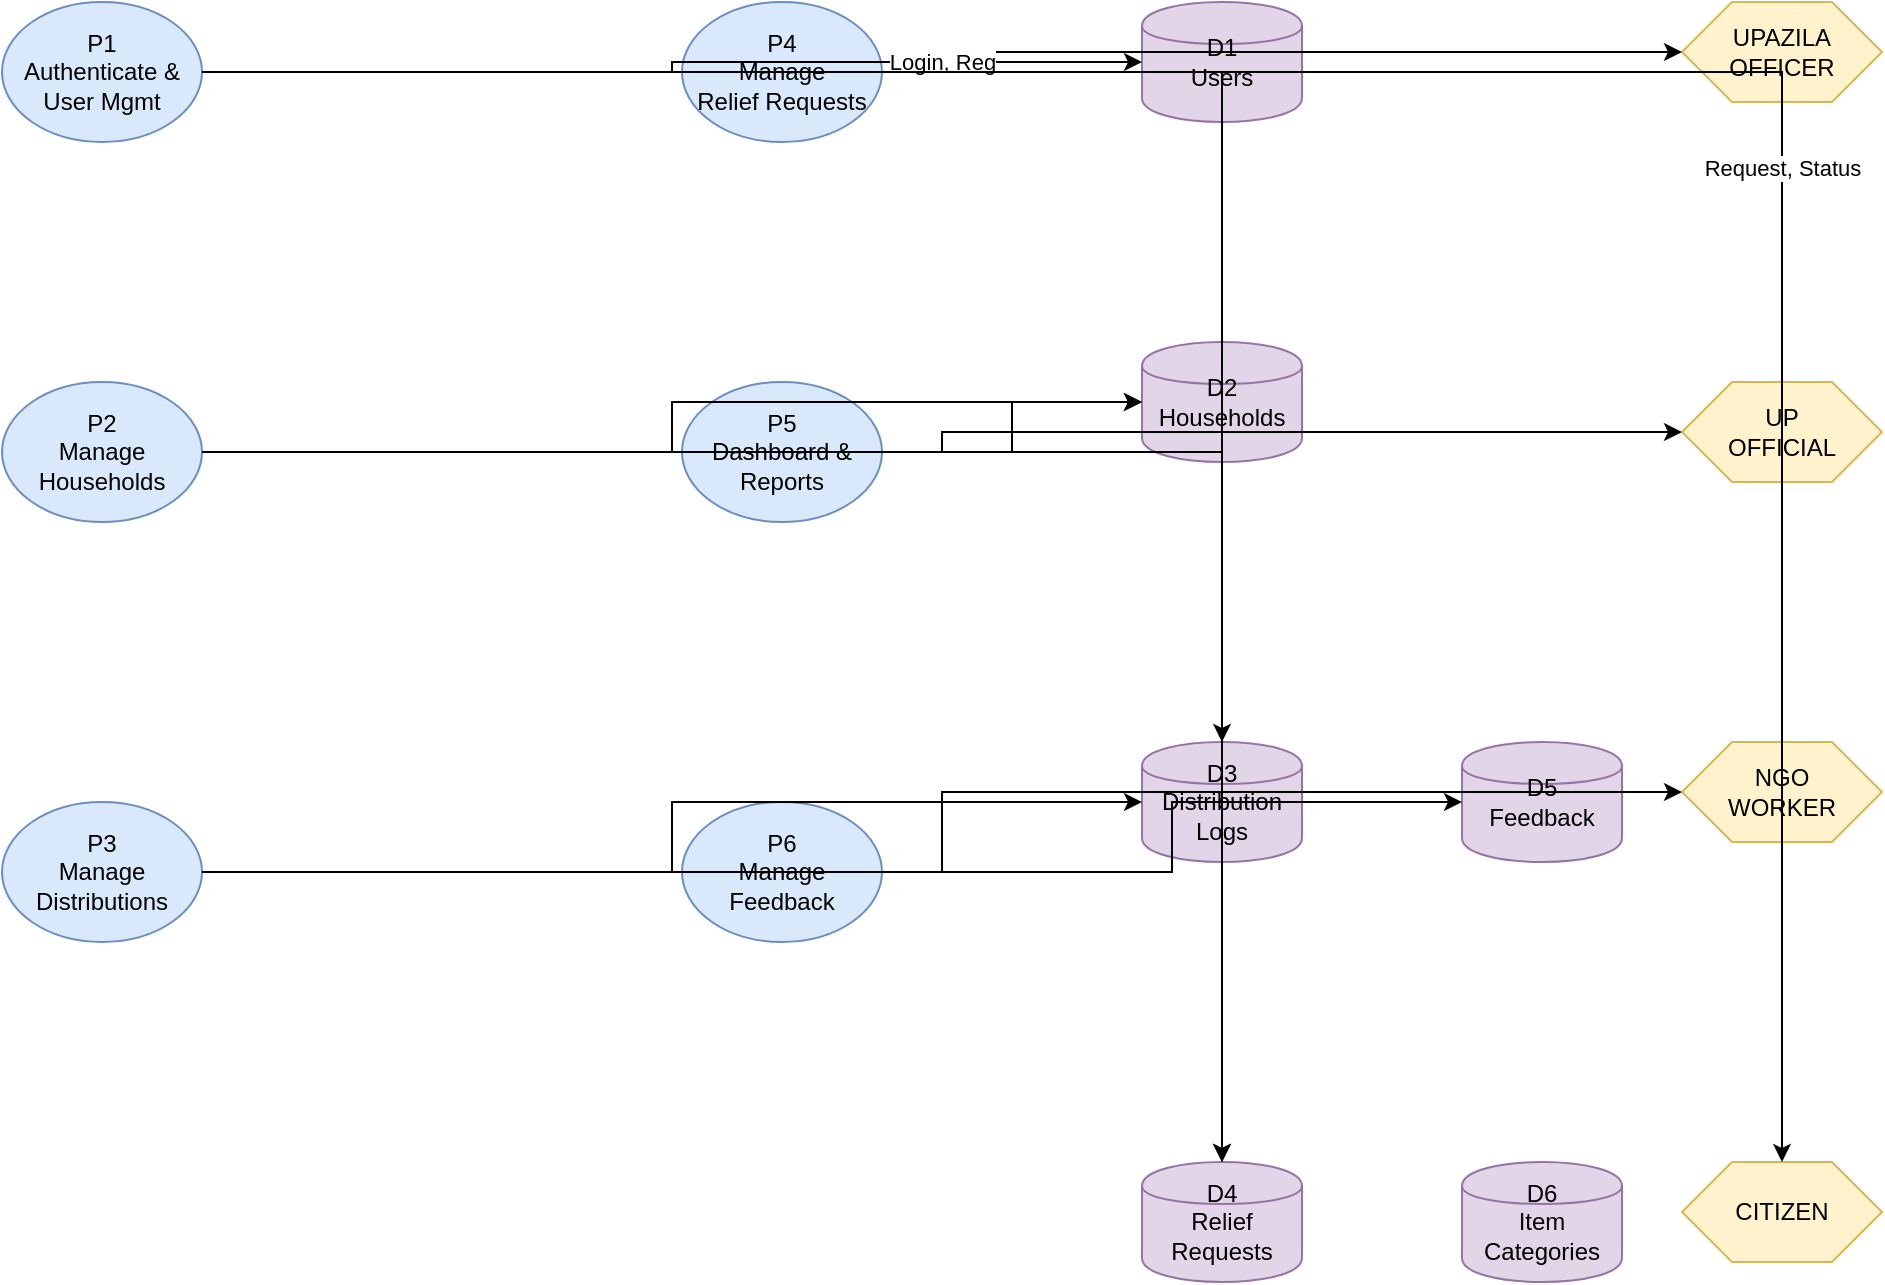
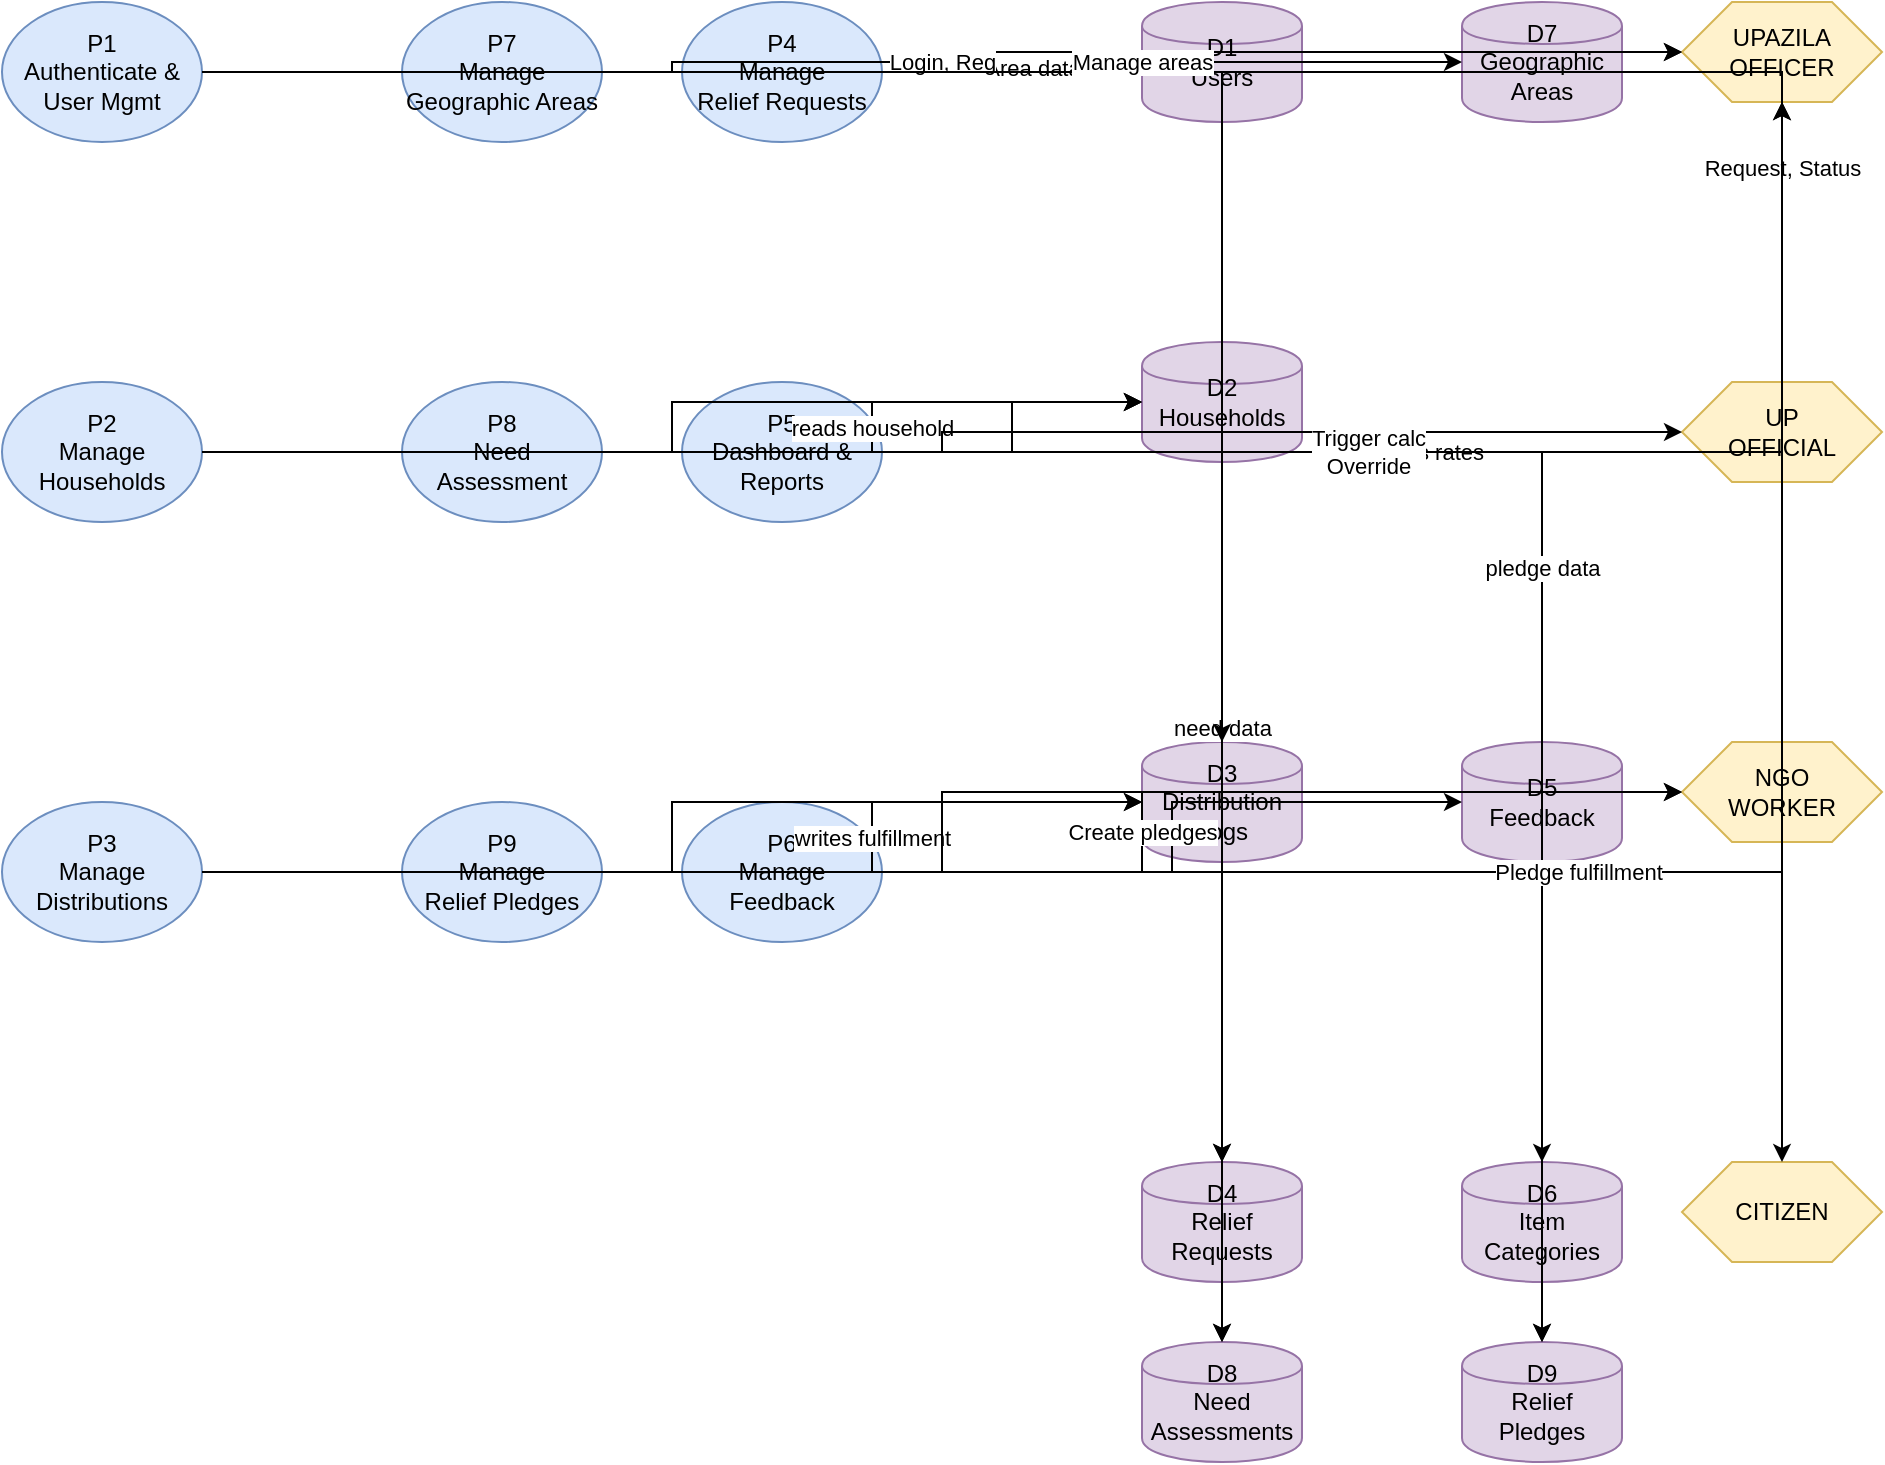
<?xml version="1.0" encoding="UTF-8"?>
- <mxfile host="RelifMesh" modified="2026-06-10T10:00:00.000Z">
+ <mxfile host="ReliefMesh" modified="2026-06-20T12:00:00.000Z">
  <diagram id="level1-dfd" name="Level 1 Data Flow Diagram">
-     <mxGraphModel dx="1262" dy="794" grid="1" gridSize="10" guides="1" tooltips="1" connect="1" arrows="1" fold="1" page="1" pageScale="1" pageWidth="1100" pageHeight="850" math="0" shadow="0">
+     <mxGraphModel dx="1262" dy="794" grid="1" gridSize="10" guides="1" tooltips="1" connect="1" arrows="1" fold="1" page="1" pageScale="1" pageWidth="1100" pageHeight="1000" math="0" shadow="0">
      <root>
        <mxCell id="0" />
        <mxCell id="1" parent="0" />

        <!-- === PROCESSES (bubbles) === -->

+         <!-- Column 1 (x=30): P1-P3 - Core processes -->
        <!-- P1: Auth -->
        <mxCell id="p1" value="P1&#10;Authenticate &amp;&#10;User Mgmt" style="ellipse;whiteSpace=wrap;html=1;fillColor=#dae8fc;strokeColor=#6c8ebf;" vertex="1" parent="1">
          <mxGeometry x="30" y="30" width="100" height="70" as="geometry" />
        </mxCell>

        <!-- P2: Households -->
        <mxCell id="p2" value="P2&#10;Manage&#10;Households" style="ellipse;whiteSpace=wrap;html=1;fillColor=#dae8fc;strokeColor=#6c8ebf;" vertex="1" parent="1">
          <mxGeometry x="30" y="220" width="100" height="70" as="geometry" />
        </mxCell>

        <!-- P3: Distributions -->
        <mxCell id="p3" value="P3&#10;Manage&#10;Distributions" style="ellipse;whiteSpace=wrap;html=1;fillColor=#dae8fc;strokeColor=#6c8ebf;" vertex="1" parent="1">
          <mxGeometry x="30" y="430" width="100" height="70" as="geometry" />
        </mxCell>

+         <!-- Column 2 (x=230): P7-P9 - New v2 processes -->
+         <!-- P7: Manage Geographic Areas -->
+         <mxCell id="p7" value="P7&#10;Manage&#10;Geographic Areas" style="ellipse;whiteSpace=wrap;html=1;fillColor=#dae8fc;strokeColor=#6c8ebf;" vertex="1" parent="1">
+           <mxGeometry x="230" y="30" width="100" height="70" as="geometry" />
+         </mxCell>
+ 
+         <!-- P8: Need Assessment -->
+         <mxCell id="p8" value="P8&#10;Need&#10;Assessment" style="ellipse;whiteSpace=wrap;html=1;fillColor=#dae8fc;strokeColor=#6c8ebf;" vertex="1" parent="1">
+           <mxGeometry x="230" y="220" width="100" height="70" as="geometry" />
+         </mxCell>
+ 
+         <!-- P9: Manage Relief Pledges -->
+         <mxCell id="p9" value="P9&#10;Manage&#10;Relief Pledges" style="ellipse;whiteSpace=wrap;html=1;fillColor=#dae8fc;strokeColor=#6c8ebf;" vertex="1" parent="1">
+           <mxGeometry x="230" y="430" width="100" height="70" as="geometry" />
+         </mxCell>
+ 
+         <!-- Column 3 (x=370): P4-P6 - Support processes -->
        <!-- P4: Relief Requests -->
        <mxCell id="p4" value="P4&#10;Manage&#10;Relief Requests" style="ellipse;whiteSpace=wrap;html=1;fillColor=#dae8fc;strokeColor=#6c8ebf;" vertex="1" parent="1">
          <mxGeometry x="370" y="30" width="100" height="70" as="geometry" />
        </mxCell>

        <!-- P5: Dashboard -->
-         <mxCell id="p5" value="P5&#10;Dashboard &#38;&#10;Reports" style="ellipse;whiteSpace=wrap;html=1;fillColor=#dae8fc;strokeColor=#6c8ebf;" vertex="1" parent="1">
+         <mxCell id="p5" value="P5&#10;Dashboard &amp;&#10;Reports" style="ellipse;whiteSpace=wrap;html=1;fillColor=#dae8fc;strokeColor=#6c8ebf;" vertex="1" parent="1">
          <mxGeometry x="370" y="220" width="100" height="70" as="geometry" />
        </mxCell>

        <!-- P6: Feedback -->
        <mxCell id="p6" value="P6&#10;Manage&#10;Feedback" style="ellipse;whiteSpace=wrap;html=1;fillColor=#dae8fc;strokeColor=#6c8ebf;" vertex="1" parent="1">
          <mxGeometry x="370" y="430" width="100" height="70" as="geometry" />
        </mxCell>

-         <!-- === DATA STORES (parallel lines) === -->
- 
+         <!-- === DATA STORES (cylinders) === -->
+ 
+         <!-- Top row stores (y=30) -->
        <!-- D1: Users -->
        <mxCell id="d1" value="D1&#10;Users" style="shape=cylinder;whiteSpace=wrap;html=1;fillColor=#e1d5e7;strokeColor=#9673a6;" vertex="1" parent="1">
          <mxGeometry x="600" y="30" width="80" height="60" as="geometry" />
        </mxCell>

+         <!-- D7: GeographicAreas (NEW) -->
+         <mxCell id="d7" value="D7&#10;Geographic&#10;Areas" style="shape=cylinder;whiteSpace=wrap;html=1;fillColor=#e1d5e7;strokeColor=#9673a6;" vertex="1" parent="1">
+           <mxGeometry x="760" y="30" width="80" height="60" as="geometry" />
+         </mxCell>
+ 
+         <!-- Middle row stores (y=200-400) -->
        <!-- D2: Households -->
        <mxCell id="d2" value="D2&#10;Households" style="shape=cylinder;whiteSpace=wrap;html=1;fillColor=#e1d5e7;strokeColor=#9673a6;" vertex="1" parent="1">
          <mxGeometry x="600" y="200" width="80" height="60" as="geometry" />
        </mxCell>

        <!-- D3: DistributionLogs -->
        <mxCell id="d3" value="D3&#10;Distribution&#10;Logs" style="shape=cylinder;whiteSpace=wrap;html=1;fillColor=#e1d5e7;strokeColor=#9673a6;" vertex="1" parent="1">
          <mxGeometry x="600" y="400" width="80" height="60" as="geometry" />
        </mxCell>

        <!-- D4: ReliefRequests -->
        <mxCell id="d4" value="D4&#10;Relief&#10;Requests" style="shape=cylinder;whiteSpace=wrap;html=1;fillColor=#e1d5e7;strokeColor=#9673a6;" vertex="1" parent="1">
          <mxGeometry x="600" y="610" width="80" height="60" as="geometry" />
        </mxCell>

        <!-- D5: Feedback -->
        <mxCell id="d5" value="D5&#10;Feedback" style="shape=cylinder;whiteSpace=wrap;html=1;fillColor=#e1d5e7;strokeColor=#9673a6;" vertex="1" parent="1">
          <mxGeometry x="760" y="400" width="80" height="60" as="geometry" />
        </mxCell>

        <!-- D6: ItemCategories -->
        <mxCell id="d6" value="D6&#10;Item&#10;Categories" style="shape=cylinder;whiteSpace=wrap;html=1;fillColor=#e1d5e7;strokeColor=#9673a6;" vertex="1" parent="1">
          <mxGeometry x="760" y="610" width="80" height="60" as="geometry" />
        </mxCell>

+         <!-- Bottom row stores (y=700) -->
+         <!-- D8: NeedAssessments (NEW) -->
+         <mxCell id="d8" value="D8&#10;Need&#10;Assessments" style="shape=cylinder;whiteSpace=wrap;html=1;fillColor=#e1d5e7;strokeColor=#9673a6;" vertex="1" parent="1">
+           <mxGeometry x="600" y="700" width="80" height="60" as="geometry" />
+         </mxCell>
+ 
+         <!-- D9: ReliefPledges (NEW) -->
+         <mxCell id="d9" value="D9&#10;Relief&#10;Pledges" style="shape=cylinder;whiteSpace=wrap;html=1;fillColor=#e1d5e7;strokeColor=#9673a6;" vertex="1" parent="1">
+           <mxGeometry x="760" y="700" width="80" height="60" as="geometry" />
+         </mxCell>
+ 
        <!-- === EXTERNAL ENTITIES === -->
- 
-         <!-- UPAZILA -->
+         <!-- UPAZILA OFFICER -->
        <mxCell id="ee-upazila" value="UPAZILA&#10;OFFICER" style="shape=hexagon;perimeter=hexagonPerimeter;whiteSpace=wrap;html=1;fillColor=#fff2cc;strokeColor=#d6b656;" vertex="1" parent="1">
          <mxGeometry x="870" y="30" width="100" height="50" as="geometry" />
        </mxCell>

        <!-- UP OFFICIAL -->
        <mxCell id="ee-up" value="UP&#10;OFFICIAL" style="shape=hexagon;perimeter=hexagonPerimeter;whiteSpace=wrap;html=1;fillColor=#fff2cc;strokeColor=#d6b656;" vertex="1" parent="1">
          <mxGeometry x="870" y="220" width="100" height="50" as="geometry" />
        </mxCell>

-         <!-- NGO -->
+         <!-- NGO WORKER -->
        <mxCell id="ee-ngo" value="NGO&#10;WORKER" style="shape=hexagon;perimeter=hexagonPerimeter;whiteSpace=wrap;html=1;fillColor=#fff2cc;strokeColor=#d6b656;" vertex="1" parent="1">
          <mxGeometry x="870" y="400" width="100" height="50" as="geometry" />
        </mxCell>

        <!-- CITIZEN -->
        <mxCell id="ee-citizen" value="CITIZEN" style="shape=hexagon;perimeter=hexagonPerimeter;whiteSpace=wrap;html=1;fillColor=#fff2cc;strokeColor=#d6b656;" vertex="1" parent="1">
          <mxGeometry x="870" y="610" width="100" height="50" as="geometry" />
        </mxCell>

-         <!-- === DATA FLOWS === -->
+         <!-- === DATA FLOWS (edges) === -->
+ 
+         <!-- === Existing flows: P1-P6 to data stores === -->

        <!-- P1 <-> D1 -->
        <mxCell id="f-p1-d1" value="" style="edgeStyle=orthogonalEdgeStyle;rounded=0;orthogonalLoop=1;jettySize=auto;html=1;" edge="1" parent="1" source="p1" target="d1">
          <mxGeometry relative="1" as="geometry" />
        </mxCell>

        <!-- P2 <-> D2 -->
        <mxCell id="f-p2-d2" value="" style="edgeStyle=orthogonalEdgeStyle;rounded=0;orthogonalLoop=1;jettySize=auto;html=1;" edge="1" parent="1" source="p2" target="d2">
          <mxGeometry relative="1" as="geometry" />
        </mxCell>

        <!-- P3 <-> D3 -->
        <mxCell id="f-p3-d3" value="" style="edgeStyle=orthogonalEdgeStyle;rounded=0;orthogonalLoop=1;jettySize=auto;html=1;" edge="1" parent="1" source="p3" target="d3">
          <mxGeometry relative="1" as="geometry" />
        </mxCell>

        <!-- P4 <-> D4 -->
        <mxCell id="f-p4-d4" value="" style="edgeStyle=orthogonalEdgeStyle;rounded=0;orthogonalLoop=1;jettySize=auto;html=1;" edge="1" parent="1" source="p4" target="d4">
          <mxGeometry relative="1" as="geometry" />
        </mxCell>

        <!-- P6 <-> D5 -->
        <mxCell id="f-p6-d5" value="" style="edgeStyle=orthogonalEdgeStyle;rounded=0;orthogonalLoop=1;jettySize=auto;html=1;" edge="1" parent="1" source="p6" target="d5">
          <mxGeometry relative="1" as="geometry" />
        </mxCell>

-         <!-- P1 <-> EE: UPAZILA -->
+         <!-- === NEW flows: P7-P9 to data stores === -->
+ 
+         <!-- P7 <-> D7 (bidirectional - geographic areas data) -->
+         <mxCell id="f-p7-d7" value="Area data" style="edgeStyle=orthogonalEdgeStyle;rounded=0;orthogonalLoop=1;jettySize=auto;html=1;" edge="1" parent="1" source="p7" target="d7">
+           <mxGeometry relative="1" as="geometry" />
+         </mxCell>
+ 
+         <!-- P8 <-> D8 (need assessment data) -->
+         <mxCell id="f-p8-d8" value="" style="edgeStyle=orthogonalEdgeStyle;rounded=0;orthogonalLoop=1;jettySize=auto;html=1;" edge="1" parent="1" source="p8" target="d8">
+           <mxGeometry relative="1" as="geometry" />
+         </mxCell>
+ 
+         <!-- P9 <-> D9 (relief pledges data) -->
+         <mxCell id="f-p9-d9" value="" style="edgeStyle=orthogonalEdgeStyle;rounded=0;orthogonalLoop=1;jettySize=auto;html=1;" edge="1" parent="1" source="p9" target="d9">
+           <mxGeometry relative="1" as="geometry" />
+         </mxCell>
+ 
+         <!-- P8 -> D2 (reads Household data for calculation) -->
+         <mxCell id="f-p8-d2" value="reads household" style="edgeStyle=orthogonalEdgeStyle;rounded=0;orthogonalLoop=1;jettySize=auto;html=1;" edge="1" parent="1" source="p8" target="d2">
+           <mxGeometry relative="1" as="geometry" />
+         </mxCell>
+ 
+         <!-- P8 -> D6 (reads ItemCategories for rates) -->
+         <mxCell id="f-p8-d6" value="reads rates" style="edgeStyle=orthogonalEdgeStyle;rounded=0;orthogonalLoop=1;jettySize=auto;html=1;" edge="1" parent="1" source="p8" target="d6">
+           <mxGeometry relative="1" as="geometry" />
+         </mxCell>
+ 
+         <!-- P9 -> D3 (writes to DistributionLogs when fulfilled) -->
+         <mxCell id="f-p9-d3" value="writes fulfillment" style="edgeStyle=orthogonalEdgeStyle;rounded=0;orthogonalLoop=1;jettySize=auto;html=1;" edge="1" parent="1" source="p9" target="d3">
+           <mxGeometry relative="1" as="geometry" />
+         </mxCell>
+ 
+         <!-- P5 -> D8 (reads need assessment data) -->
+         <mxCell id="f-p5-d8" value="need data" style="edgeStyle=orthogonalEdgeStyle;rounded=0;orthogonalLoop=1;jettySize=auto;html=1;" edge="1" parent="1" source="p5" target="d8">
+           <mxGeometry relative="1" as="geometry" />
+         </mxCell>
+ 
+         <!-- P5 -> D9 (reads pledge data) -->
+         <mxCell id="f-p5-d9" value="pledge data" style="edgeStyle=orthogonalEdgeStyle;rounded=0;orthogonalLoop=1;jettySize=auto;html=1;" edge="1" parent="1" source="p5" target="d9">
+           <mxGeometry relative="1" as="geometry" />
+         </mxCell>
+ 
+         <!-- === Existing flows: Processes to External Entities === -->
+ 
+         <!-- P1 <-> UPAZILA OFFICER -->
        <mxCell id="f-p1-e1" value="Login, Reg" style="edgeStyle=orthogonalEdgeStyle;rounded=0;orthogonalLoop=1;jettySize=auto;html=1;" edge="1" parent="1" source="p1" target="ee-upazila">
          <mxGeometry relative="1" as="geometry" />
        </mxCell>

-         <!-- P2 <-> EE: UP -->
+         <!-- P2 <-> UP OFFICIAL -->
        <mxCell id="f-p2-e2" value="" style="edgeStyle=orthogonalEdgeStyle;rounded=0;orthogonalLoop=1;jettySize=auto;html=1;" edge="1" parent="1" source="p2" target="ee-up">
          <mxGeometry relative="1" as="geometry" />
        </mxCell>

-         <!-- P3 <-> EE: UP, NGO -->
+         <!-- P3 <-> NGO WORKER -->
        <mxCell id="f-p3-e3" value="" style="edgeStyle=orthogonalEdgeStyle;rounded=0;orthogonalLoop=1;jettySize=auto;html=1;" edge="1" parent="1" source="p3" target="ee-ngo">
          <mxGeometry relative="1" as="geometry" />
        </mxCell>

-         <!-- P4 <-> EE: CITIZEN -->
+         <!-- P4 <-> CITIZEN -->
        <mxCell id="f-p4-e4" value="Request, Status" style="edgeStyle=orthogonalEdgeStyle;rounded=0;orthogonalLoop=1;jettySize=auto;html=1;" edge="1" parent="1" source="p4" target="ee-citizen">
          <mxGeometry relative="1" as="geometry" />
        </mxCell>

-         <!-- P5 <-> D2, D3, D4 for dashboard -->
+         <!-- === NEW flows: P7-P9 to External Entities === -->
+ 
+         <!-- UPAZILA OFFICER <-> P7 (manage areas) -->
+         <mxCell id="f-p7-e1" value="Manage areas" style="edgeStyle=orthogonalEdgeStyle;rounded=0;orthogonalLoop=1;jettySize=auto;html=1;" edge="1" parent="1" source="p7" target="ee-upazila">
+           <mxGeometry relative="1" as="geometry" />
+         </mxCell>
+ 
+         <!-- UPAZILA OFFICER <-> P8 (trigger calculation + override) -->
+         <mxCell id="f-p8-e1" value="Trigger calc&#10;Override" style="edgeStyle=orthogonalEdgeStyle;rounded=0;orthogonalLoop=1;jettySize=auto;html=1;" edge="1" parent="1" source="p8" target="ee-upazila">
+           <mxGeometry relative="1" as="geometry" />
+         </mxCell>
+ 
+         <!-- NGO WORKER <-> P9 (create pledges) -->
+         <mxCell id="f-p9-e3" value="Create pledges" style="edgeStyle=orthogonalEdgeStyle;rounded=0;orthogonalLoop=1;jettySize=auto;html=1;" edge="1" parent="1" source="p9" target="ee-ngo">
+           <mxGeometry relative="1" as="geometry" />
+         </mxCell>
+ 
+         <!-- UPAZILA OFFICER <-> P9 (manage pledge fulfillment) -->
+         <mxCell id="f-p9-e1" value="Pledge fulfillment" style="edgeStyle=orthogonalEdgeStyle;rounded=0;orthogonalLoop=1;jettySize=auto;html=1;" edge="1" parent="1" source="p9" target="ee-upazila">
+           <mxGeometry relative="1" as="geometry" />
+         </mxCell>
+ 
+         <!-- === Existing flows: P5 Dashboard to data stores === -->
        <mxCell id="f-p5-d2" value="" style="edgeStyle=orthogonalEdgeStyle;rounded=0;orthogonalLoop=1;jettySize=auto;html=1;" edge="1" parent="1" source="p5" target="d2">
          <mxGeometry relative="1" as="geometry" />
        </mxCell>
        <mxCell id="f-p5-d3" value="" style="edgeStyle=orthogonalEdgeStyle;rounded=0;orthogonalLoop=1;jettySize=auto;html=1;" edge="1" parent="1" source="p5" target="d3">
          <mxGeometry relative="1" as="geometry" />
        </mxCell>
        <mxCell id="f-p5-d4" value="" style="edgeStyle=orthogonalEdgeStyle;rounded=0;orthogonalLoop=1;jettySize=auto;html=1;" edge="1" parent="1" source="p5" target="d4">
          <mxGeometry relative="1" as="geometry" />
        </mxCell>

      </root>
    </mxGraphModel>
  </diagram>
</mxfile>
